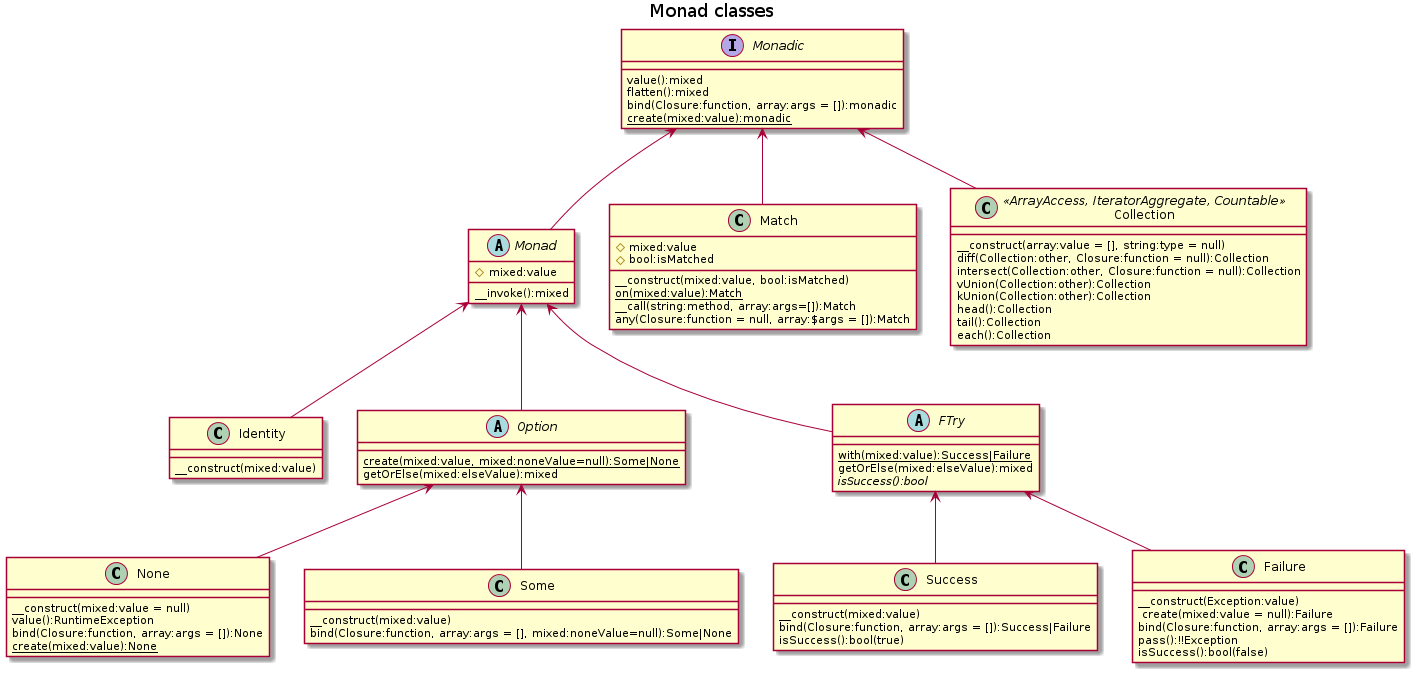
Earlier version of the PlantUML export docs/monad-classes.png (chippyash/Monad).
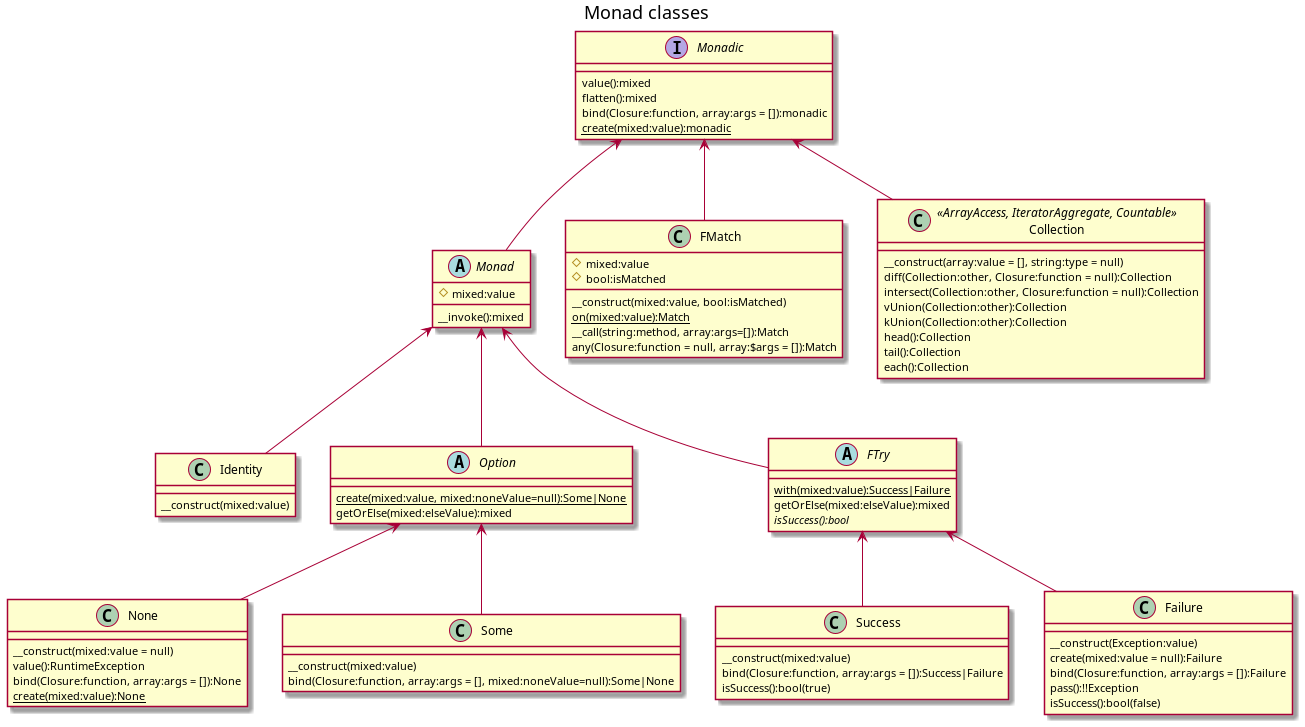
The same file after the commit.

Change to the diagram source:
```diff
@@ -34,7 +34,7 @@
     bind(Closure:function, array:args = [], mixed:noneValue=null):Some|None
 }
 
-class Match {
+class FMatch {
     #mixed:value
     #bool:isMatched
     __construct(mixed:value, bool:isMatched)
@@ -75,7 +75,7 @@
 }
 
 Monadic <-- Monad
-Monadic <-- Match
+Monadic <-- FMatch
 Monadic <-- Collection
 Monad <-- Identity
 Monad <-- Option
```
